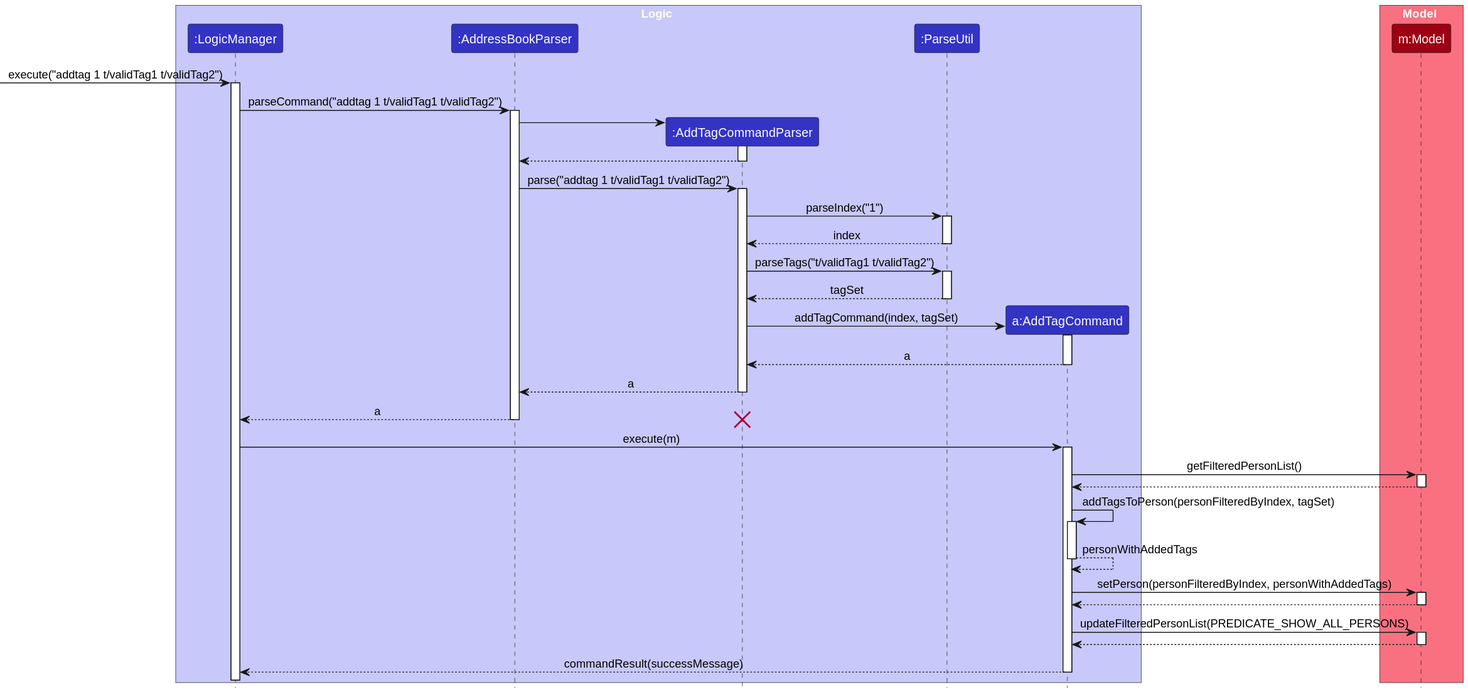
Earlier version of the PlantUML export docs/images/AddTagSequenceDiagram.svg (AY2324S2-CS2103-F15-1/tp). Its diagram source:
```plantuml
@startuml
!include style.puml
skinparam ArrowFontStyle plain

box Logic LOGIC_COLOR_T1
participant ":LogicManager" as LogicManager LOGIC_COLOR
participant ":AddressBookParser" as AddressBookParser LOGIC_COLOR
participant ":AddTagCommandParser" as AddTagCommandParser LOGIC_COLOR
participant ":ParseUtil" as ParseUtil LOGIC_COLOR
participant "a:AddTagCommand" as AddTagCommand LOGIC_COLOR
end box

box Model MODEL_COLOR_T1
participant "m:Model" as Model MODEL_COLOR
end box

[-> LogicManager : execute("addtag 1 t/validTag1 t/validTag2")
activate LogicManager

LogicManager -> AddressBookParser : parseCommand("addtag 1 t/validTag1 t/validTag2")
activate AddressBookParser

create AddTagCommandParser
AddressBookParser -> AddTagCommandParser
activate AddTagCommandParser

AddTagCommandParser --> AddressBookParser
deactivate AddTagCommandParser

AddressBookParser -> AddTagCommandParser : parse("addtag 1 t/validTag1 t/validTag2")
activate AddTagCommandParser

AddTagCommandParser -> ParseUtil : parseIndex("1")
activate ParseUtil

ParseUtil --> AddTagCommandParser : index
deactivate ParseUtil

AddTagCommandParser -> ParseUtil : parseTags("t/validTag1 t/validTag2")
activate ParseUtil

ParseUtil --> AddTagCommandParser : tagSet
deactivate ParseUtil

create AddTagCommand
AddTagCommandParser -> AddTagCommand : addTagCommand(index, tagSet)
activate AddTagCommand

AddTagCommand --> AddTagCommandParser : a
deactivate AddTagCommand

AddTagCommandParser --> AddressBookParser : a
deactivate AddTagCommandParser

AddressBookParser --> LogicManager : a
deactivate AddressBookParser
destroy AddTagCommandParser

LogicManager -> AddTagCommand : execute(m)
activate AddTagCommand


AddTagCommand -> Model : getFilteredPersonList()
activate Model

Model --> AddTagCommand
deactivate Model

AddTagCommand -> AddTagCommand : addTagsToPerson(personFilteredByIndex, tagSet)
activate AddTagCommand

AddTagCommand --> AddTagCommand : personWithAddedTags
deactivate AddTagCommand

AddTagCommand -> Model : setPerson(personFilteredByIndex, personWithAddedTags)
activate Model

Model --> AddTagCommand
deactivate Model

AddTagCommand -> Model: updateFilteredPersonList(PREDICATE_SHOW_ALL_PERSONS)
activate Model

Model --> AddTagCommand
deactivate Model

AddTagCommand --> LogicManager: commandResult(successMessage)
deactivate AddTagCommand
@enduml
```
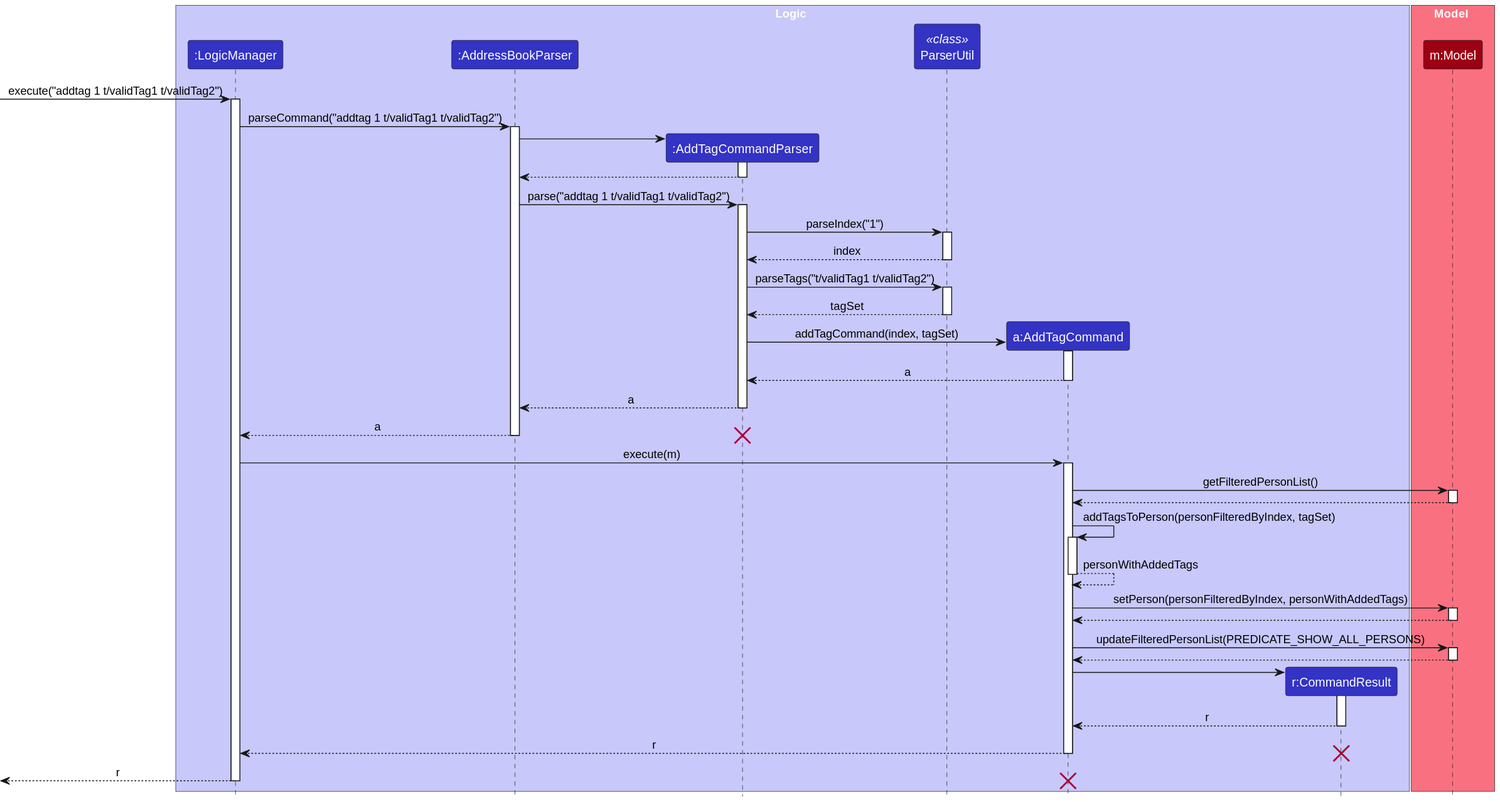
The same file after the commit.

Commit message:
Add add tags use case to developer guide and correct some sequence diagram errors

Change to the diagram source:
```diff
@@ -6,8 +6,9 @@
 participant ":LogicManager" as LogicManager LOGIC_COLOR
 participant ":AddressBookParser" as AddressBookParser LOGIC_COLOR
 participant ":AddTagCommandParser" as AddTagCommandParser LOGIC_COLOR
-participant ":ParseUtil" as ParseUtil LOGIC_COLOR
+participant "ParserUtil" as ParserUtil <<class>> LOGIC_COLOR
 participant "a:AddTagCommand" as AddTagCommand LOGIC_COLOR
+participant "r:CommandResult" as CommandResult LOGIC_COLOR
 end box
 
 box Model MODEL_COLOR_T1
@@ -30,17 +31,17 @@
 AddressBookParser -> AddTagCommandParser : parse("addtag 1 t/validTag1 t/validTag2")
 activate AddTagCommandParser
 
-AddTagCommandParser -> ParseUtil : parseIndex("1")
-activate ParseUtil
+AddTagCommandParser -> ParserUtil : parseIndex("1")
+activate ParserUtil
 
-ParseUtil --> AddTagCommandParser : index
-deactivate ParseUtil
+ParserUtil --> AddTagCommandParser : index
+deactivate ParserUtil
 
-AddTagCommandParser -> ParseUtil : parseTags("t/validTag1 t/validTag2")
-activate ParseUtil
+AddTagCommandParser -> ParserUtil : parseTags("t/validTag1 t/validTag2")
+activate ParserUtil
 
-ParseUtil --> AddTagCommandParser : tagSet
-deactivate ParseUtil
+ParserUtil --> AddTagCommandParser : tagSet
+deactivate ParserUtil
 
 create AddTagCommand
 AddTagCommandParser -> AddTagCommand : addTagCommand(index, tagSet)
@@ -58,7 +59,6 @@
 
 LogicManager -> AddTagCommand : execute(m)
 activate AddTagCommand
-
 
 AddTagCommand -> Model : getFilteredPersonList()
 activate Model
@@ -84,6 +84,18 @@
 Model --> AddTagCommand
 deactivate Model
 
-AddTagCommand --> LogicManager: commandResult(successMessage)
+create CommandResult
+AddTagCommand -> CommandResult
+activate CommandResult
+
+CommandResult --> AddTagCommand : r
+deactivate CommandResult
+
+AddTagCommand --> LogicManager: r
 deactivate AddTagCommand
+destroy CommandResult
+
+[<-- LogicManager: r
+deactivate LogicManager
+destroy AddTagCommand
 @enduml
```
